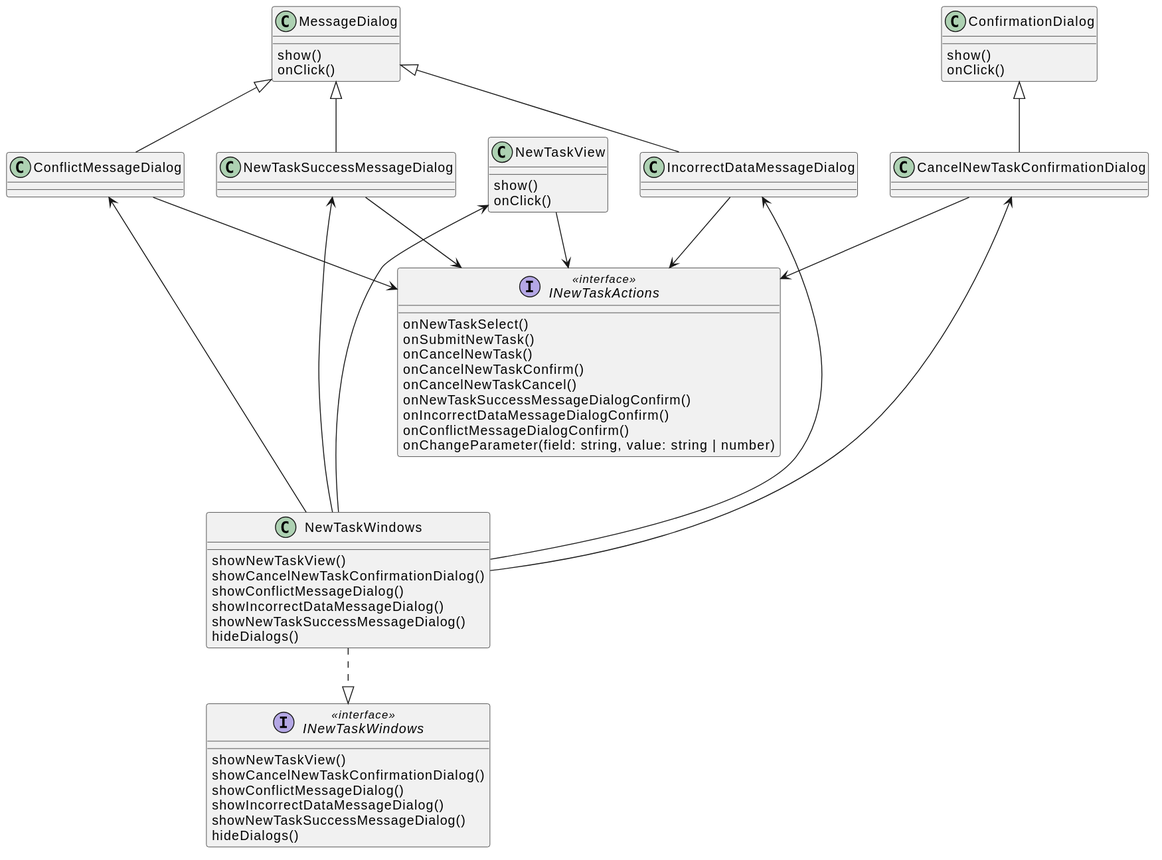
Igor-Ochocki/POP-2026Z keeps this PlantUML diagram as diagrams/frontend/rendered/new-task-view.svg. Above is the earlier version.
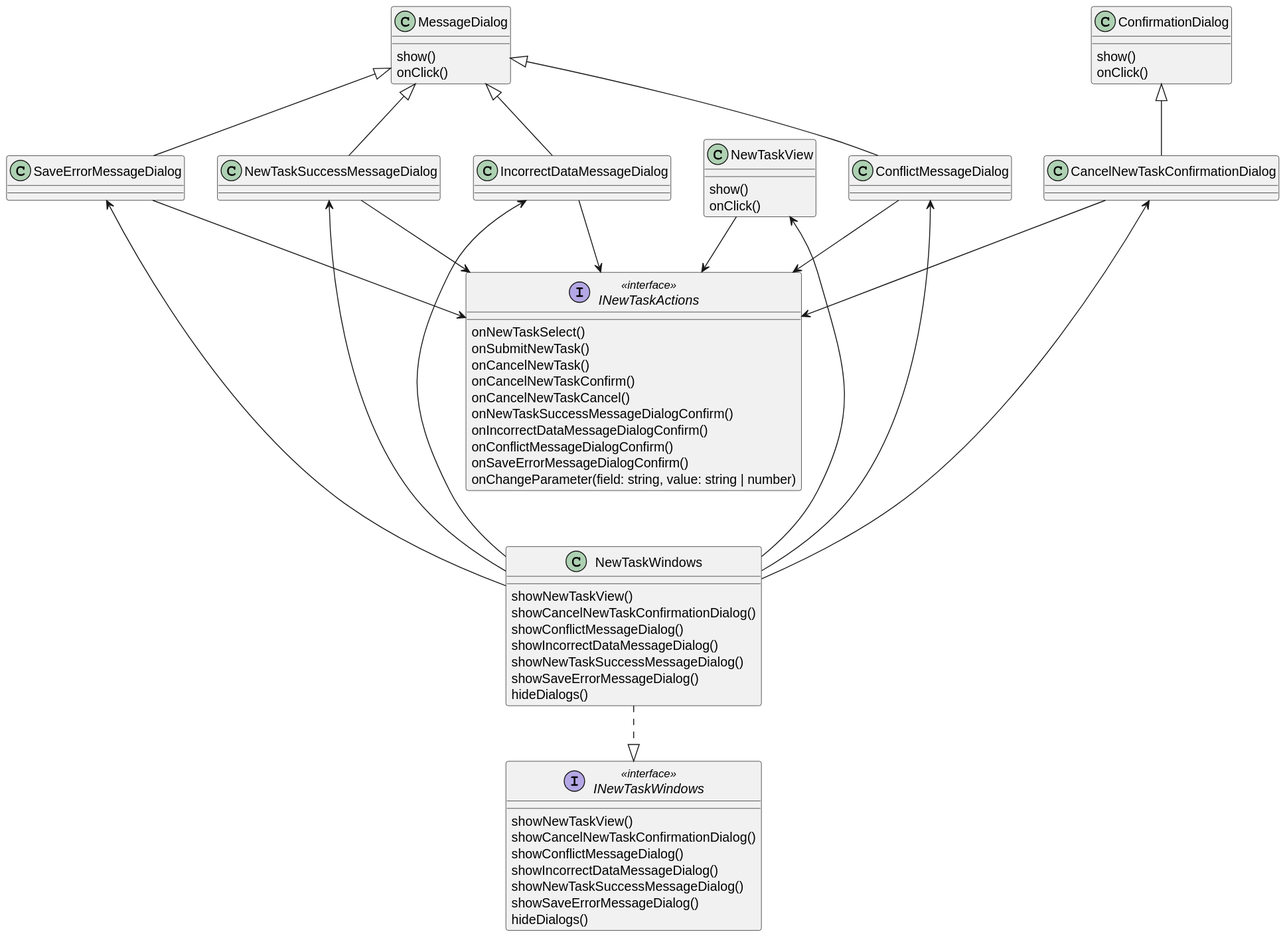
After the commit.

Change to the diagram source:
```diff
@@ -20,10 +20,12 @@
 class ConflictMessageDialog
 class IncorrectDataMessageDialog
 class NewTaskSuccessMessageDialog
+class SaveErrorMessageDialog
 
 ConflictMessageDialog -u-|> MessageDialog
 IncorrectDataMessageDialog -u-|> MessageDialog
 NewTaskSuccessMessageDialog -u-|> MessageDialog
+SaveErrorMessageDialog -u-|> MessageDialog
 
 interface INewTaskActions <<interface>> {
     onNewTaskSelect()
@@ -34,6 +36,7 @@
     onNewTaskSuccessMessageDialogConfirm()
     onIncorrectDataMessageDialogConfirm()
     onConflictMessageDialogConfirm()
+    onSaveErrorMessageDialogConfirm()
     onChangeParameter(field: string, value: string | number)
 }
 
@@ -41,12 +44,14 @@
 INewTaskActions <-u- ConflictMessageDialog
 INewTaskActions <-u- IncorrectDataMessageDialog
 INewTaskActions <-u- NewTaskSuccessMessageDialog
+INewTaskActions <-u- SaveErrorMessageDialog
 INewTaskActions <-u- NewTaskView
 
 NewTaskWindows --u-> CancelNewTaskConfirmationDialog
 NewTaskWindows --u-> ConflictMessageDialog
 NewTaskWindows --u-> IncorrectDataMessageDialog
 NewTaskWindows --u-> NewTaskSuccessMessageDialog
+NewTaskWindows --u-> SaveErrorMessageDialog
 NewTaskWindows --u-> NewTaskView
 
 interface INewTaskWindows <<interface>> {
@@ -55,6 +60,7 @@
     showConflictMessageDialog()
     showIncorrectDataMessageDialog()
     showNewTaskSuccessMessageDialog()
+    showSaveErrorMessageDialog()
     hideDialogs()
 }
 
@@ -64,6 +70,7 @@
     showConflictMessageDialog()
     showIncorrectDataMessageDialog()
     showNewTaskSuccessMessageDialog()
+    showSaveErrorMessageDialog()
     hideDialogs()
 }
 
```
